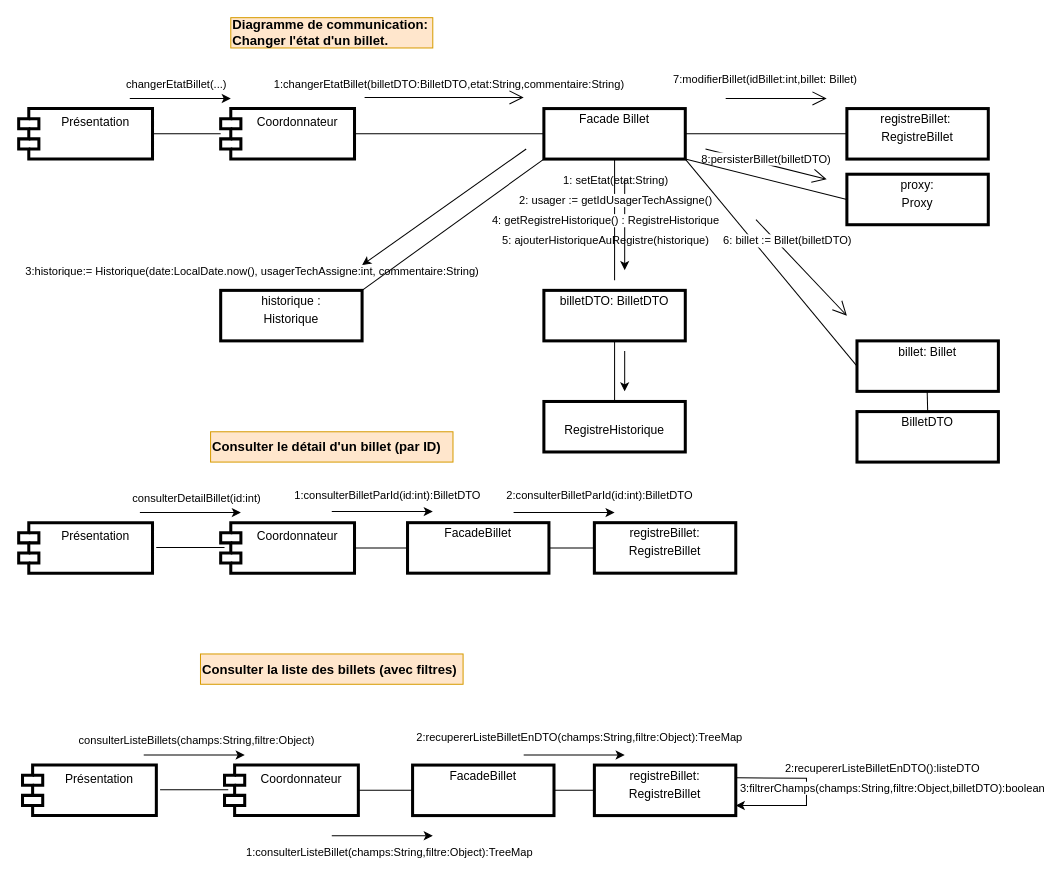
Earlier version of the draw.io diagram Diagrammes de conception/Diagrammes de communication/diagrame JC.drawio (ChristWasTaken/Projet-Conception-et-Archictecture). Source tidied: cells renumbered, new cells numbered last; positions are measured from the earlier drawing's top-left corner, leaving out a move shared by most shapes. Both pictures are drawn from the tidied source at 101%, with x=0, y=0 at pixel (18, 17).
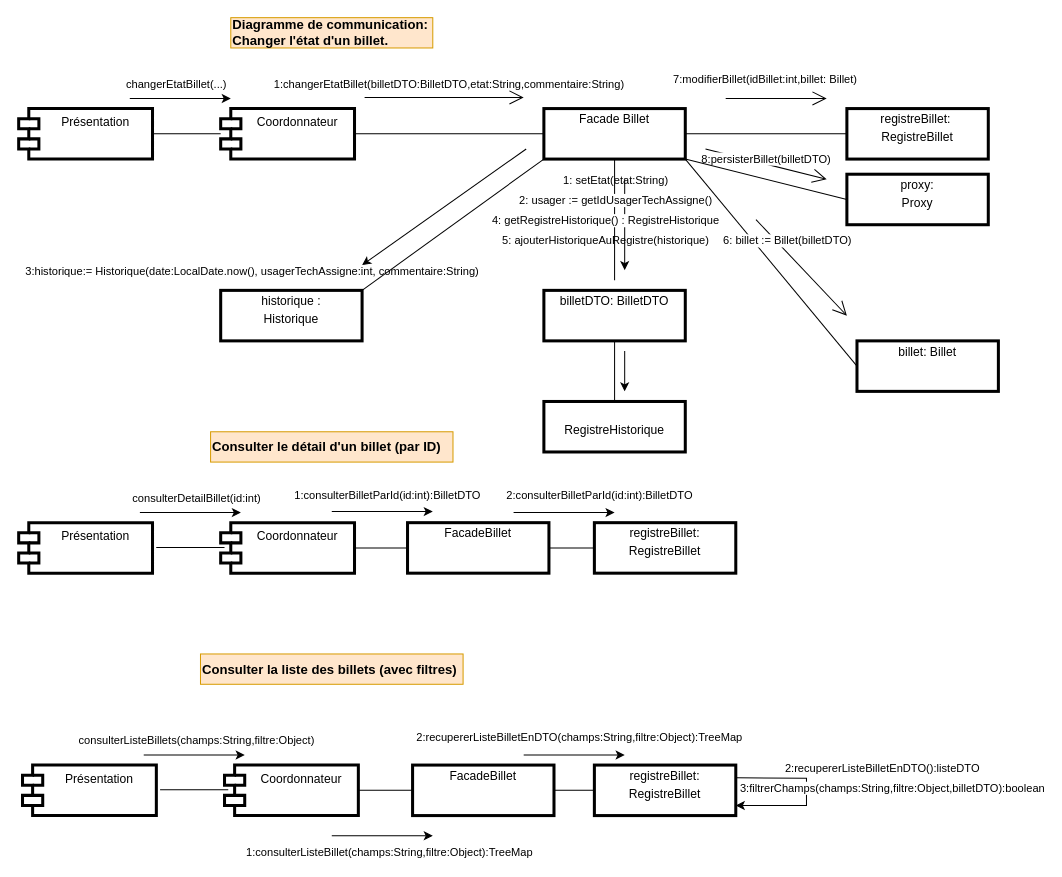
After the change.

Diff of the diagram source:
```diff
@@
-    <mxCell id="70" value="&lt;p style=&quot;margin:0px;margin-top:4px;text-align:center;&quot;&gt;&lt;span style=&quot;background-color: initial;&quot;&gt;BilletDTO&lt;/span&gt;&lt;br&gt;&lt;/p&gt;" style="verticalAlign=top;align=left;overflow=fill;fontSize=12;fontFamily=Helvetica;html=1;strokeWidth=3;" parent="1" vertex="1">
-      <mxGeometry x="830" y="390" width="140" height="50" as="geometry" />
-    </mxCell>
-    <mxCell id="71" style="endArrow=none;html=1;rounded=0;exitX=0.5;exitY=1;exitDx=0;exitDy=0;" parent="1" edge="1">
-      <mxGeometry relative="1" as="geometry">
-        <mxPoint x="899.5" y="370" as="sourcePoint" />
-        <mxPoint x="900" y="390" as="targetPoint" />
-      </mxGeometry>
-    </mxCell>
```
